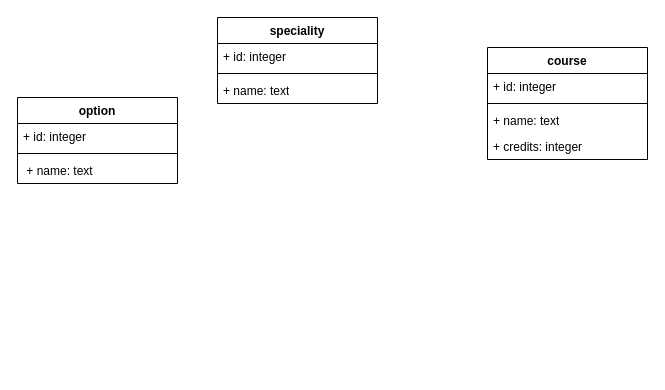
Above: page "Page-1" (1 of 3) of schoolapp-use-case-spring-1.drawio in sidofdountio/schoolappui (draw.io), before the change. Source tidied: cells renumbered, new cells numbered last; positions are measured from the earlier drawing's top-left corner, leaving out a move shared by most shapes. Both pictures are drawn from the tidied source at 100%, with x=0, y=0 at pixel (17, 17).
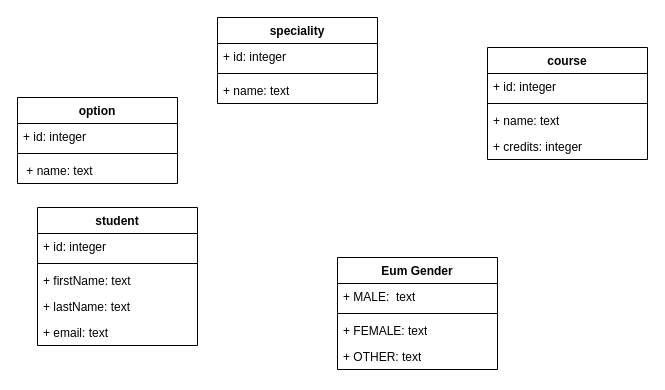
The same diagram, later.

Change to the diagram source:
```diff
@@
+    <mxCell id="15" value="student" style="swimlane;fontStyle=1;align=center;verticalAlign=top;horizontal=1;startSize=26;whiteSpace=wrap;html=1;" parent="1" vertex="1">
+      <mxGeometry x="20" y="190" width="160" height="138" as="geometry" />
+    </mxCell>
+    <mxCell id="16" value="+ id: integer" style="text;strokeColor=none;fillColor=none;align=left;verticalAlign=top;spacingLeft=4;spacingRight=4;overflow=hidden;whiteSpace=wrap;html=1;" parent="15" vertex="1">
+      <mxGeometry y="26" width="160" height="26" as="geometry" />
+    </mxCell>
+    <mxCell id="17" style="line;strokeWidth=1;fillColor=none;align=left;verticalAlign=middle;spacingTop=-1;spacingLeft=3;spacingRight=3;labelPosition=right;strokeColor=inherit;" parent="15" vertex="1">
+      <mxGeometry y="52" width="160" height="8" as="geometry" />
+    </mxCell>
+    <mxCell id="18" value="+ firstName: text" style="text;strokeColor=none;fillColor=none;align=left;verticalAlign=top;spacingLeft=4;spacingRight=4;overflow=hidden;whiteSpace=wrap;html=1;" parent="15" vertex="1">
+      <mxGeometry y="60" width="160" height="26" as="geometry" />
+    </mxCell>
+    <mxCell id="19" value="+ lastName: text" style="text;strokeColor=none;fillColor=none;align=left;verticalAlign=top;spacingLeft=4;spacingRight=4;overflow=hidden;whiteSpace=wrap;html=1;" parent="15" vertex="1">
+      <mxGeometry y="86" width="160" height="26" as="geometry" />
+    </mxCell>
+    <mxCell id="20" value="+ email: text" style="text;strokeColor=none;fillColor=none;align=left;verticalAlign=top;spacingLeft=4;spacingRight=4;overflow=hidden;whiteSpace=wrap;html=1;" parent="15" vertex="1">
+      <mxGeometry y="112" width="160" height="26" as="geometry" />
+    </mxCell>
+    <mxCell id="21" value="Eum Gender" style="swimlane;fontStyle=1;align=center;verticalAlign=top;horizontal=1;startSize=26;whiteSpace=wrap;html=1;" parent="1" vertex="1">
+      <mxGeometry x="320" y="240" width="160" height="112" as="geometry" />
+    </mxCell>
+    <mxCell id="22" value="+ MALE:&amp;nbsp; text" style="text;strokeColor=none;fillColor=none;align=left;verticalAlign=top;spacingLeft=4;spacingRight=4;overflow=hidden;whiteSpace=wrap;html=1;" parent="21" vertex="1">
+      <mxGeometry y="26" width="160" height="26" as="geometry" />
+    </mxCell>
+    <mxCell id="23" style="line;strokeWidth=1;fillColor=none;align=left;verticalAlign=middle;spacingTop=-1;spacingLeft=3;spacingRight=3;labelPosition=right;strokeColor=inherit;" parent="21" vertex="1">
+      <mxGeometry y="52" width="160" height="8" as="geometry" />
+    </mxCell>
+    <mxCell id="24" value="+ FEMALE: text" style="text;strokeColor=none;fillColor=none;align=left;verticalAlign=top;spacingLeft=4;spacingRight=4;overflow=hidden;whiteSpace=wrap;html=1;" parent="21" vertex="1">
+      <mxGeometry y="60" width="160" height="26" as="geometry" />
+    </mxCell>
+    <mxCell id="25" value="+ OTHER: text" style="text;strokeColor=none;fillColor=none;align=left;verticalAlign=top;spacingLeft=4;spacingRight=4;overflow=hidden;whiteSpace=wrap;html=1;" parent="21" vertex="1">
+      <mxGeometry y="86" width="160" height="26" as="geometry" />
+    </mxCell>
```
